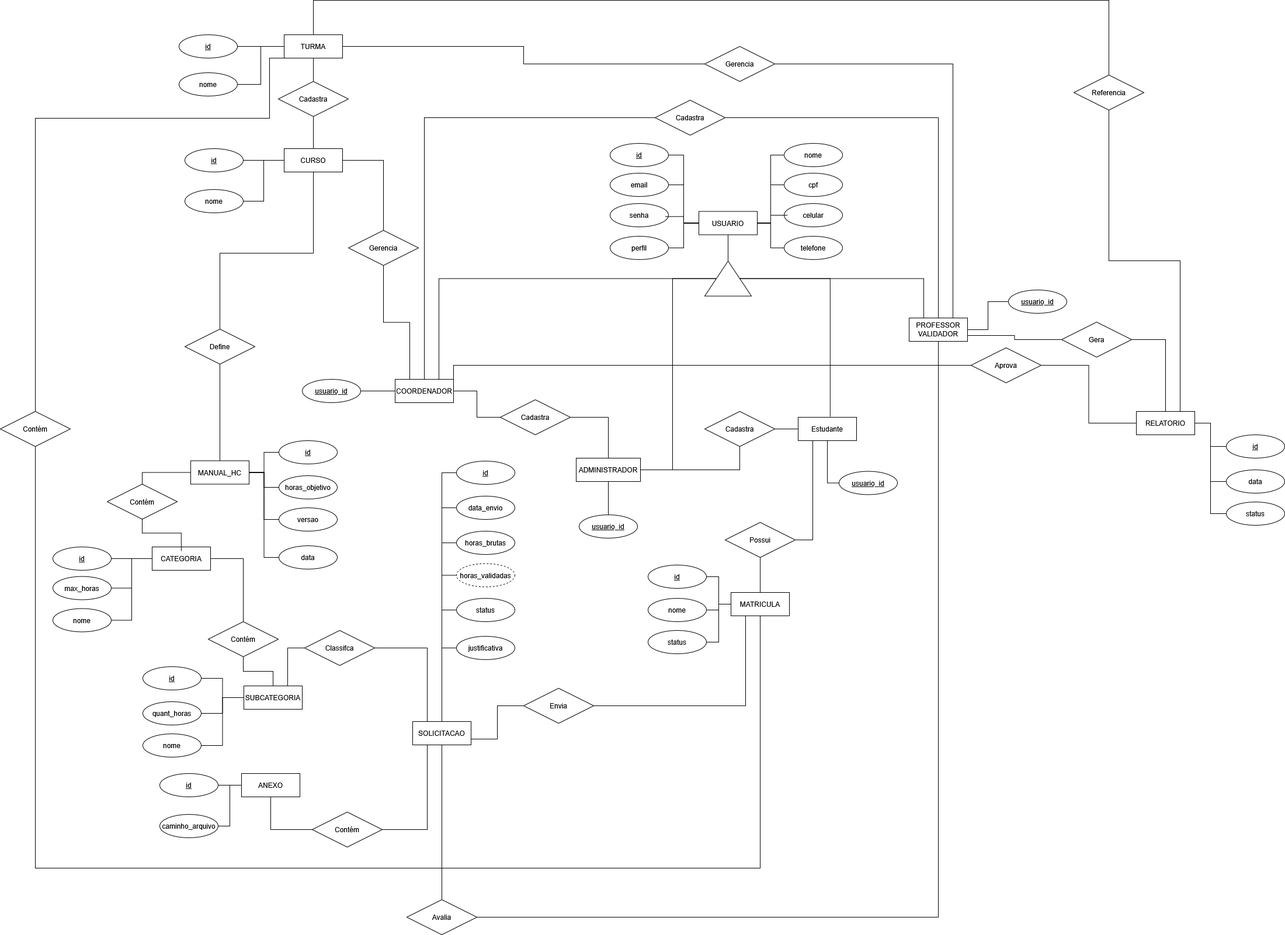
chaoticdevs-pucpr/AcademicSupplementaryHours.project keeps this draw.io diagram as artefatos/AshConceitual.drawio.png. Above is the earlier version. Source tidied: cells renumbered, new cells last; positions are measured from the earlier drawing's top-left corner, leaving out a move shared by most shapes.
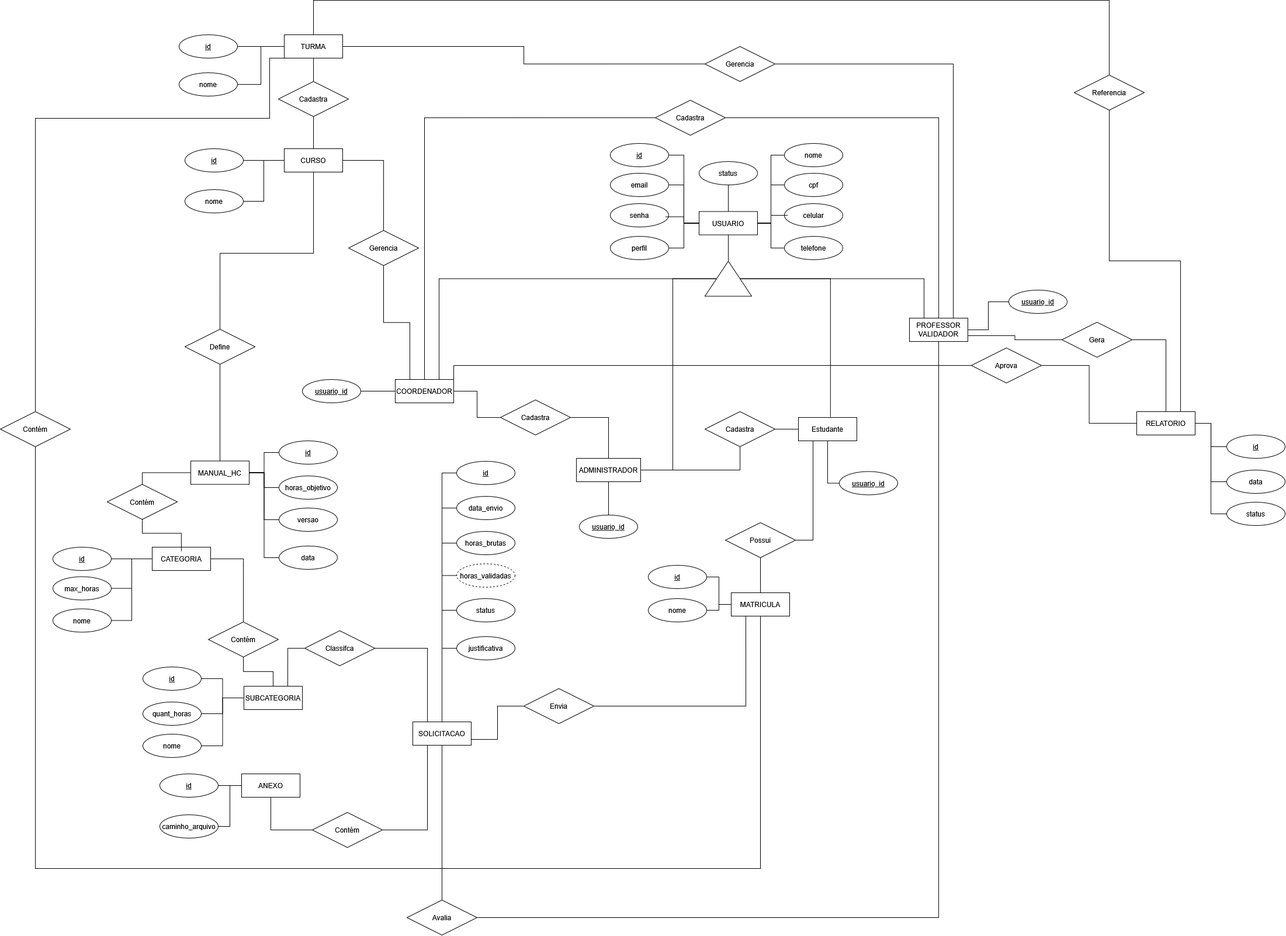
The same file after the commit.

Change to the diagram source:
```diff
@@ -20,6 +20,9 @@
     <mxCell id="7" style="edgeStyle=orthogonalEdgeStyle;rounded=0;jettySize=auto;html=1;entryX=1;entryY=0.5;entryDx=0;entryDy=0;endArrow=none;endFill=0;" parent="1" edge="1" source="8" target="20">
       <mxGeometry relative="1" as="geometry" />
     </mxCell>
+    <mxCell id="157" style="edgeStyle=orthogonalEdgeStyle;rounded=0;jettySize=auto;html=1;endArrow=none;endFill=0;" parent="1" edge="1" source="8" target="156">
+      <mxGeometry relative="1" as="geometry" />
+    </mxCell>
     <mxCell id="8" value="USUARIO" style="whiteSpace=wrap;html=1;align=center;" parent="1" vertex="1">
       <mxGeometry x="1196" y="361.5" width="100" height="40" as="geometry" />
     </mxCell>
@@ -112,9 +115,6 @@
     <mxCell id="35" style="edgeStyle=orthogonalEdgeStyle;rounded=0;jettySize=auto;html=1;entryX=1;entryY=0.5;entryDx=0;entryDy=0;endArrow=none;endFill=0;" parent="1" edge="1" source="37" target="52">
       <mxGeometry relative="1" as="geometry" />
     </mxCell>
-    <mxCell id="36" style="edgeStyle=orthogonalEdgeStyle;rounded=0;jettySize=auto;html=1;entryX=1;entryY=0.5;entryDx=0;entryDy=0;endArrow=none;endFill=0;" parent="1" edge="1" source="37" target="156">
-      <mxGeometry relative="1" as="geometry" />
-    </mxCell>
     <mxCell id="37" value="MATRICULA" style="whiteSpace=wrap;html=1;align=center;" parent="1" vertex="1">
       <mxGeometry x="1251" y="1014" width="100" height="40" as="geometry" />
     </mxCell>
@@ -494,7 +494,7 @@
       <mxGeometry relative="1" as="geometry" />
     </mxCell>
     <mxCell id="156" value="&lt;div&gt;status&lt;/div&gt;" style="ellipse;whiteSpace=wrap;html=1;align=center;" parent="1" vertex="1">
-      <mxGeometry x="1109" y="1079" width="100" height="40" as="geometry" />
+      <mxGeometry x="1196" y="276" width="100" height="40" as="geometry" />
     </mxCell>
   </root>
 </mxGraphModel>
```
